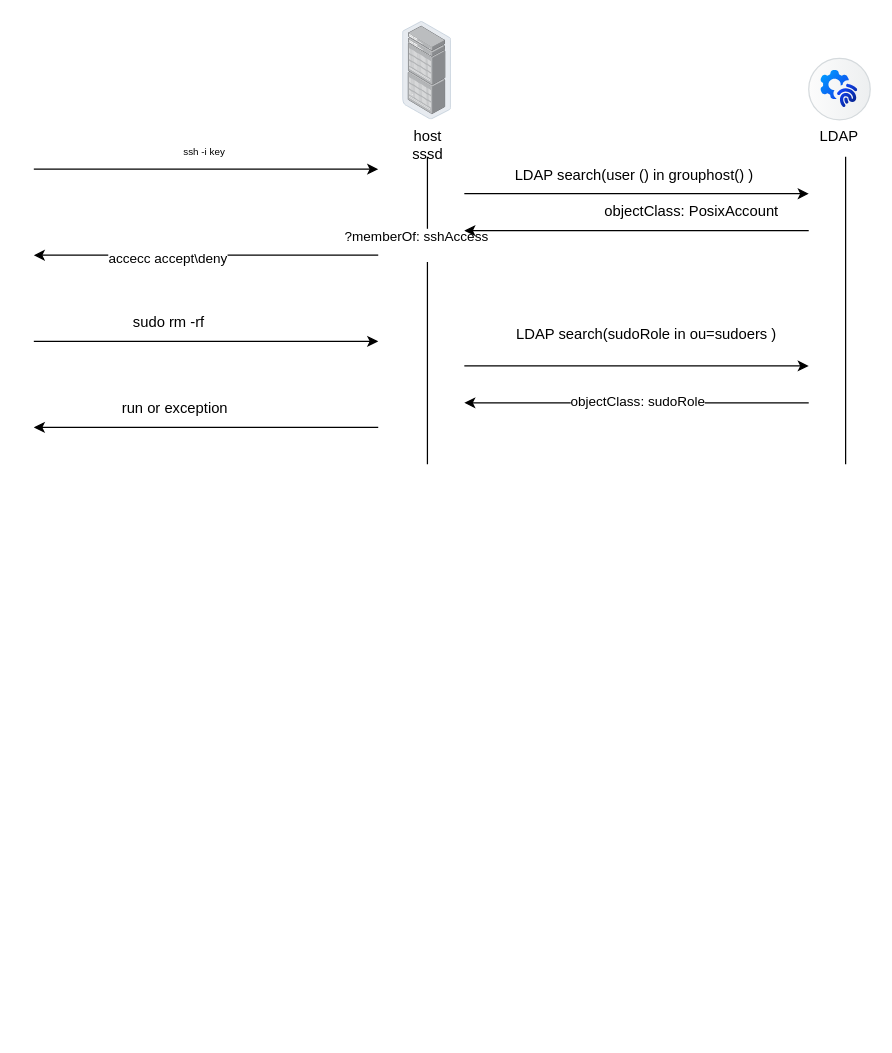
The draw.io diagram ldap.drawio in qqmax7/test, before the edit. Source tidied: cells renumbered, new cells numbered last; positions are measured from the earlier drawing's top-left corner, leaving out a move shared by most shapes. Both pictures are drawn from the tidied source at 123%, with x=0, y=0 at pixel (33, 21).
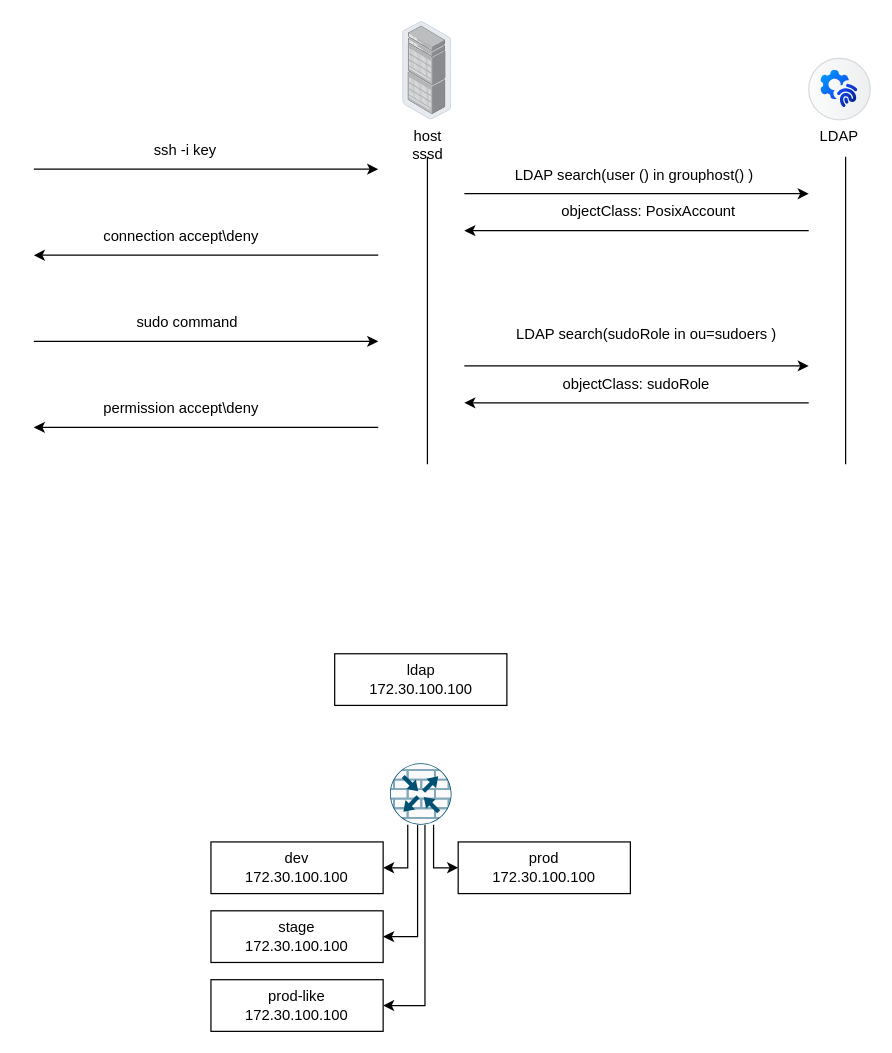
The same page after the edit.

The change refers to these unchanged cells:
```xml
<mxCell id="4" style="endArrow=none;html=1;rounded=0;" parent="1" edge="1">
  <mxGeometry relative="1" as="geometry">
    <mxPoint x="320" y="360" as="sourcePoint" />
    <mxPoint x="320" y="110" as="targetPoint" />
  </mxGeometry>
</mxCell>
<mxCell id="10" style="endArrow=classic;html=1;rounded=0;" parent="1" edge="1">
  <mxGeometry relative="1" as="geometry">
    <mxPoint x="280" y="190" as="sourcePoint" />
    <mxPoint y="190" as="targetPoint" />
  </mxGeometry>
</mxCell>
<mxCell id="14" style="endArrow=classic;html=1;rounded=0;" parent="1" edge="1">
  <mxGeometry relative="1" as="geometry">
    <mxPoint x="630" y="310" as="sourcePoint" />
    <mxPoint x="350" y="310" as="targetPoint" />
  </mxGeometry>
</mxCell>
```

What changed in the source:
```diff
@@
-    <mxCell id="5" value="&lt;div&gt;?memberOf: sshAccess&lt;/div&gt;&lt;div&gt;&lt;br&gt;&lt;/div&gt;" style="edgeLabel;html=1;align=center;verticalAlign=middle;" parent="4" vertex="1">
-      <mxGeometry x="0.48" relative="1" as="geometry">
-        <mxPoint x="-10" y="6" as="offset" />
-      </mxGeometry>
-    </mxCell>
@@
-    <mxCell id="11" value="accecc accept\deny" style="edgeLabel;html=1;align=center;verticalAlign=middle;" parent="10" vertex="1">
-      <mxGeometry x="0.23" y="2" relative="1" as="geometry" />
-    </mxCell>
@@
-    <mxCell id="15" value="&lt;div&gt;objectClass: sudoRole&lt;/div&gt;" style="edgeLabel;html=1;align=center;verticalAlign=middle;" parent="14" vertex="1">
-      <mxGeometry x="-0.05" y="-2" relative="1" as="geometry">
-        <mxPoint x="-7" as="offset" />
-      </mxGeometry>
-    </mxCell>
@@
-    <mxCell id="17" value="&lt;font style=&quot;font-size: 8px;&quot;&gt;ssh -i key&amp;nbsp;&lt;/font&gt;" style="text;html=1;whiteSpace=wrap;strokeColor=none;fillColor=none;align=center;verticalAlign=middle;rounded=0;" parent="1" vertex="1">
-      <mxGeometry x="10" y="90" width="260" height="30" as="geometry" />
+    <mxCell id="17" value="&lt;font style=&quot;font-size: 12px;&quot;&gt;ssh -i key&amp;nbsp;&lt;/font&gt;" style="text;html=1;whiteSpace=wrap;strokeColor=none;fillColor=none;align=center;verticalAlign=middle;rounded=0;" parent="1" vertex="1">
+      <mxGeometry x="-5" y="90" width="260" height="30" as="geometry" />
     </mxCell>
@@
     <mxCell id="19" value="&lt;div&gt;objectClass: PosixAccount&lt;/div&gt;" style="text;html=1;whiteSpace=wrap;strokeColor=none;fillColor=none;align=center;verticalAlign=middle;rounded=0;" parent="1" vertex="1">
-      <mxGeometry x="450" y="140" width="170" height="30" as="geometry" />
+      <mxGeometry x="415" y="140" width="170" height="30" as="geometry" />
     </mxCell>
-    <mxCell id="20" value="sudo rm -rf" style="text;html=1;whiteSpace=wrap;strokeColor=none;fillColor=none;align=center;verticalAlign=middle;rounded=0;" parent="1" vertex="1">
-      <mxGeometry x="80" y="230" width="60" height="30" as="geometry" />
+    <mxCell id="20" value="sudo command" style="text;html=1;whiteSpace=wrap;strokeColor=none;fillColor=none;align=center;verticalAlign=middle;rounded=0;" parent="1" vertex="1">
+      <mxGeometry x="80" y="230" width="90" height="30" as="geometry" />
     </mxCell>
@@
-    <mxCell id="22" value="run or exception" style="text;html=1;whiteSpace=wrap;strokeColor=none;fillColor=none;align=center;verticalAlign=middle;rounded=0;" parent="1" vertex="1">
-      <mxGeometry x="60" y="300" width="110" height="30" as="geometry" />
+    <mxCell id="22" value="permission accept\deny" style="text;html=1;whiteSpace=wrap;strokeColor=none;fillColor=none;align=center;verticalAlign=middle;rounded=0;" parent="1" vertex="1">
+      <mxGeometry x="50" y="300" width="140" height="30" as="geometry" />
     </mxCell>
+    <mxCell id="15" value="&lt;div&gt;objectClass: sudoRole&lt;/div&gt;" style="text;html=1;whiteSpace=wrap;strokeColor=none;fillColor=none;align=center;verticalAlign=middle;rounded=0;" parent="1" vertex="1">
+      <mxGeometry x="405" y="280" width="170" height="30" as="geometry" />
+    </mxCell>
+    <mxCell id="23" value="&lt;font style=&quot;font-size: 12px;&quot;&gt;connection&lt;/font&gt;&lt;font style=&quot;font-size: 12px;&quot;&gt;&amp;nbsp;accept\deny&lt;/font&gt;" style="text;html=1;whiteSpace=wrap;strokeColor=none;fillColor=none;align=center;verticalAlign=middle;rounded=0;" parent="1" vertex="1">
+      <mxGeometry x="-10" y="160" width="260" height="30" as="geometry" />
+    </mxCell>
+    <mxCell id="24" style="edgeStyle=orthogonalEdgeStyle;rounded=0;jettySize=auto;html=1;" parent="1" edge="1" source="28" target="31">
+      <mxGeometry relative="1" as="geometry">
+        <Array as="points">
+          <mxPoint x="318" y="800" />
+        </Array>
+      </mxGeometry>
+    </mxCell>
+    <mxCell id="25" style="edgeStyle=orthogonalEdgeStyle;rounded=0;jettySize=auto;html=1;" parent="1" edge="1" source="28" target="30">
+      <mxGeometry relative="1" as="geometry">
+        <Array as="points">
+          <mxPoint x="312" y="744" />
+        </Array>
+      </mxGeometry>
+    </mxCell>
+    <mxCell id="26" style="edgeStyle=orthogonalEdgeStyle;rounded=0;jettySize=auto;html=1;" parent="1" edge="1" source="28" target="29">
+      <mxGeometry relative="1" as="geometry">
+        <Array as="points">
+          <mxPoint x="304" y="688" />
+        </Array>
+      </mxGeometry>
+    </mxCell>
+    <mxCell id="27" style="edgeStyle=orthogonalEdgeStyle;rounded=0;jettySize=auto;html=1;" parent="1" edge="1" source="28" target="32">
+      <mxGeometry relative="1" as="geometry">
+        <Array as="points">
+          <mxPoint x="325" y="688" />
+        </Array>
+      </mxGeometry>
+    </mxCell>
+    <mxCell id="28" style="sketch=0;points=[[0.5,0,0],[1,0.5,0],[0.5,1,0],[0,0.5,0],[0.145,0.145,0],[0.8555,0.145,0],[0.855,0.8555,0],[0.145,0.855,0]];verticalLabelPosition=bottom;html=1;verticalAlign=top;align=center;shape=mxgraph.cisco19.rect;prIcon=router_with_firewall;fillColor=#FAFAFA;strokeColor=#005073;" parent="1" vertex="1">
+      <mxGeometry x="289.6" y="603" width="50" height="50" as="geometry" />
+    </mxCell>
+    <mxCell id="29" value="&lt;div&gt;dev&lt;/div&gt;&lt;div&gt;172.30.100.100&lt;/div&gt;" style="rounded=0;whiteSpace=wrap;html=1;" parent="1" vertex="1">
+      <mxGeometry x="144" y="667" width="140" height="42" as="geometry" />
+    </mxCell>
+    <mxCell id="30" value="&lt;div&gt;stage&lt;/div&gt;&lt;div&gt;172.30.100.100&lt;/div&gt;" style="rounded=0;whiteSpace=wrap;html=1;" parent="1" vertex="1">
+      <mxGeometry x="144" y="723" width="140" height="42" as="geometry" />
+    </mxCell>
+    <mxCell id="31" value="&lt;div&gt;prod-like&lt;/div&gt;&lt;div&gt;172.30.100.100&lt;/div&gt;" style="rounded=0;whiteSpace=wrap;html=1;" parent="1" vertex="1">
+      <mxGeometry x="144" y="779" width="140" height="42" as="geometry" />
+    </mxCell>
+    <mxCell id="32" value="&lt;div&gt;prod&lt;/div&gt;&lt;div&gt;172.30.100.100&lt;/div&gt;" style="rounded=0;whiteSpace=wrap;html=1;" parent="1" vertex="1">
+      <mxGeometry x="345" y="667" width="140" height="42" as="geometry" />
+    </mxCell>
+    <mxCell id="33" value="&lt;div&gt;ldap&lt;/div&gt;&lt;div&gt;172.30.100.100&lt;/div&gt;" style="rounded=0;whiteSpace=wrap;html=1;" parent="1" vertex="1">
+      <mxGeometry x="244.6" y="514" width="140" height="42" as="geometry" />
+    </mxCell>
```
